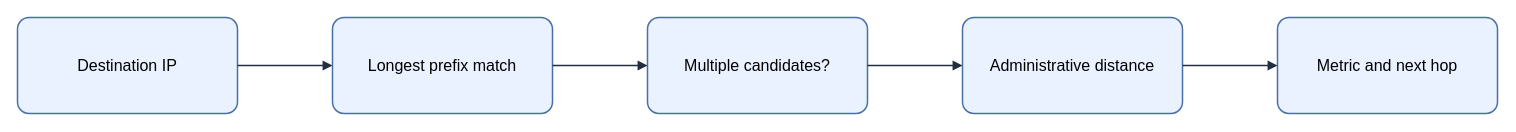
Above: assets/img/network/route-selection-order.drawio in KKamJi98/kkamji98.github.io (draw.io), before the change. Source tidied: cells renumbered, new cells numbered last; positions are measured from the earlier drawing's top-left corner, leaving out a move shared by most shapes. Both pictures are drawn from the tidied source at 100%, with x=0, y=0 at pixel (17, 17).
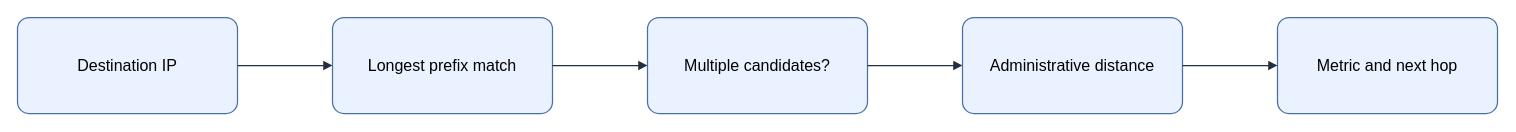
Above is the later version.

What changed in the source:
```diff
@@
 <mxGraphModel background="#FFFFFF">
   <root>
     <mxCell id="0" />
     <mxCell id="1" parent="0" />
-    <mxCell id="2" value="&lt;font style=&quot;color: rgb(0, 0, 0);&quot;&gt;Destination IP&lt;/font&gt;" style="rounded=1;arcSize=12;whiteSpace=wrap;html=1;fillColor=#EAF2FF;strokeColor=#4A6FA5;strokeWidth=1.5;fontColor=#000000;fontSize=16;align=center;verticalAlign=middle;spacing=8;shadow=0;" parent="1" vertex="1">
+    <mxCell id="2" value="Destination IP" style="rounded=1;arcSize=12;whiteSpace=wrap;html=0;fillColor=#EAF2FF;strokeColor=#4A6FA5;strokeWidth=1.25;fontColor=#000000;fontSize=16;align=center;verticalAlign=middle;spacing=8;shadow=0;" parent="1" vertex="1">
       <mxGeometry width="220" height="96" as="geometry" />
     </mxCell>
-    <mxCell id="3" value="&lt;font style=&quot;color: rgb(0, 0, 0);&quot;&gt;Longest prefix match&lt;/font&gt;" style="rounded=1;arcSize=12;whiteSpace=wrap;html=1;fillColor=#EAF2FF;strokeColor=#4A6FA5;strokeWidth=1.5;fontColor=#000000;fontSize=16;align=center;verticalAlign=middle;spacing=8;shadow=0;" parent="1" vertex="1">
+    <mxCell id="3" value="Longest prefix match" style="rounded=1;arcSize=12;whiteSpace=wrap;html=0;fillColor=#EAF2FF;strokeColor=#4A6FA5;strokeWidth=1.25;fontColor=#000000;fontSize=16;align=center;verticalAlign=middle;spacing=8;shadow=0;" parent="1" vertex="1">
       <mxGeometry x="315" width="220" height="96" as="geometry" />
     </mxCell>
-    <mxCell id="4" value="&lt;font style=&quot;color: rgb(0, 0, 0);&quot;&gt;Multiple candidates?&lt;/font&gt;" style="rounded=1;arcSize=12;whiteSpace=wrap;html=1;fillColor=#EAF2FF;strokeColor=#4A6FA5;strokeWidth=1.5;fontColor=#000000;fontSize=16;align=center;verticalAlign=middle;spacing=8;shadow=0;" parent="1" vertex="1">
+    <mxCell id="4" value="Multiple candidates?" style="rounded=1;arcSize=12;whiteSpace=wrap;html=0;fillColor=#EAF2FF;strokeColor=#4A6FA5;strokeWidth=1.25;fontColor=#000000;fontSize=16;align=center;verticalAlign=middle;spacing=8;shadow=0;" parent="1" vertex="1">
       <mxGeometry x="630" width="220" height="96" as="geometry" />
     </mxCell>
-    <mxCell id="5" value="&lt;font style=&quot;color: rgb(0, 0, 0);&quot;&gt;Administrative distance&lt;/font&gt;" style="rounded=1;arcSize=12;whiteSpace=wrap;html=1;fillColor=#EAF2FF;strokeColor=#4A6FA5;strokeWidth=1.5;fontColor=#000000;fontSize=16;align=center;verticalAlign=middle;spacing=8;shadow=0;" parent="1" vertex="1">
+    <mxCell id="5" value="Administrative distance" style="rounded=1;arcSize=12;whiteSpace=wrap;html=0;fillColor=#EAF2FF;strokeColor=#4A6FA5;strokeWidth=1.25;fontColor=#000000;fontSize=16;align=center;verticalAlign=middle;spacing=8;shadow=0;" parent="1" vertex="1">
       <mxGeometry x="945" width="220" height="96" as="geometry" />
     </mxCell>
-    <mxCell id="6" value="&lt;font style=&quot;color: rgb(0, 0, 0);&quot;&gt;Metric and next hop&lt;/font&gt;" style="rounded=1;arcSize=12;whiteSpace=wrap;html=1;fillColor=#EAF2FF;strokeColor=#4A6FA5;strokeWidth=1.5;fontColor=#000000;fontSize=16;align=center;verticalAlign=middle;spacing=8;shadow=0;" parent="1" vertex="1">
+    <mxCell id="6" value="Metric and next hop" style="rounded=1;arcSize=12;whiteSpace=wrap;html=0;fillColor=#EAF2FF;strokeColor=#4A6FA5;strokeWidth=1.25;fontColor=#000000;fontSize=16;align=center;verticalAlign=middle;spacing=8;shadow=0;" parent="1" vertex="1">
       <mxGeometry x="1260" width="220" height="96" as="geometry" />
     </mxCell>
-    <mxCell id="7" style="edgeStyle=orthogonalEdgeStyle;rounded=0;jettySize=auto;html=1;endArrow=block;endFill=1;strokeColor=#232F3E;strokeWidth=1.5;fontColor=#000000;labelBackgroundColor=none;exitX=1;exitY=0.5;exitDx=0;exitDy=0;entryX=0;entryY=0.5;entryDx=0;entryDy=0;" parent="1" edge="1" source="2" target="3">
+    <mxCell id="7" style="edgeStyle=orthogonalEdgeStyle;rounded=0;jettySize=auto;html=0;endArrow=block;endFill=1;strokeColor=#232F3E;strokeWidth=1.25;fontColor=#000000;labelBackgroundColor=none;exitX=1;exitY=0.5;exitDx=0;exitDy=0;entryX=0;entryY=0.5;entryDx=0;entryDy=0;" parent="1" edge="1" source="2" target="3">
       <mxGeometry relative="1" as="geometry" />
     </mxCell>
-    <mxCell id="8" style="edgeStyle=orthogonalEdgeStyle;rounded=0;jettySize=auto;html=1;endArrow=block;endFill=1;strokeColor=#232F3E;strokeWidth=1.5;fontColor=#000000;labelBackgroundColor=none;exitX=1;exitY=0.5;exitDx=0;exitDy=0;entryX=0;entryY=0.5;entryDx=0;entryDy=0;" parent="1" edge="1" source="3" target="4">
+    <mxCell id="8" style="edgeStyle=orthogonalEdgeStyle;rounded=0;jettySize=auto;html=0;endArrow=block;endFill=1;strokeColor=#232F3E;strokeWidth=1.25;fontColor=#000000;labelBackgroundColor=none;exitX=1;exitY=0.5;exitDx=0;exitDy=0;entryX=0;entryY=0.5;entryDx=0;entryDy=0;" parent="1" edge="1" source="3" target="4">
       <mxGeometry relative="1" as="geometry" />
     </mxCell>
-    <mxCell id="9" style="edgeStyle=orthogonalEdgeStyle;rounded=0;jettySize=auto;html=1;endArrow=block;endFill=1;strokeColor=#232F3E;strokeWidth=1.5;fontColor=#000000;labelBackgroundColor=none;exitX=1;exitY=0.5;exitDx=0;exitDy=0;entryX=0;entryY=0.5;entryDx=0;entryDy=0;" parent="1" edge="1" source="4" target="5">
+    <mxCell id="9" style="edgeStyle=orthogonalEdgeStyle;rounded=0;jettySize=auto;html=0;endArrow=block;endFill=1;strokeColor=#232F3E;strokeWidth=1.25;fontColor=#000000;labelBackgroundColor=none;exitX=1;exitY=0.5;exitDx=0;exitDy=0;entryX=0;entryY=0.5;entryDx=0;entryDy=0;" parent="1" edge="1" source="4" target="5">
       <mxGeometry relative="1" as="geometry" />
     </mxCell>
-    <mxCell id="10" style="edgeStyle=orthogonalEdgeStyle;rounded=0;jettySize=auto;html=1;endArrow=block;endFill=1;strokeColor=#232F3E;strokeWidth=1.5;fontColor=#000000;labelBackgroundColor=none;exitX=1;exitY=0.5;exitDx=0;exitDy=0;entryX=0;entryY=0.5;entryDx=0;entryDy=0;" parent="1" edge="1" source="5" target="6">
+    <mxCell id="10" style="edgeStyle=orthogonalEdgeStyle;rounded=0;jettySize=auto;html=0;endArrow=block;endFill=1;strokeColor=#232F3E;strokeWidth=1.25;fontColor=#000000;labelBackgroundColor=none;exitX=1;exitY=0.5;exitDx=0;exitDy=0;entryX=0;entryY=0.5;entryDx=0;entryDy=0;" parent="1" edge="1" source="5" target="6">
       <mxGeometry relative="1" as="geometry" />
     </mxCell>
   </root>
 </mxGraphModel>
```
